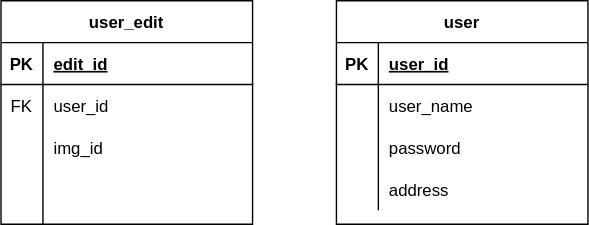
Before: DB_ER/ER.drawio.svg, a diagram exported from draw.io (DEJIBUMI-Development-team/HEW_IH12_5). Source tidied: cells renumbered, new cells last; positions are measured from the earlier drawing's top-left corner, leaving out a move shared by most shapes. Source of this version:
```xml
<mxGraphModel>
  <root>
    <mxCell id="0" />
    <mxCell id="1" parent="0" />
    <mxCell id="2" value="user_edit" style="shape=table;startSize=30;rowLines=0;fontStyle=1;align=center;" parent="1" vertex="1">
      <mxGeometry width="180" height="160" as="geometry" />
    </mxCell>
    <mxCell id="3" style="shape=partialRectangle;fillColor=none;top=0;left=0;bottom=1;right=0;" parent="2" vertex="1">
      <mxGeometry y="30" width="180" height="30" as="geometry" />
    </mxCell>
    <mxCell id="4" value="PK" style="shape=partialRectangle;fillColor=none;top=0;left=0;bottom=0;right=0;fontStyle=1;overflow=hidden;" parent="3" vertex="1">
      <mxGeometry width="30" height="30" as="geometry" />
    </mxCell>
    <mxCell id="5" value="edit_id" style="shape=partialRectangle;fillColor=none;top=0;left=0;bottom=0;right=0;align=left;spacingLeft=6;fontStyle=5;overflow=hidden;" parent="3" vertex="1">
      <mxGeometry x="30" width="150" height="30" as="geometry" />
    </mxCell>
    <mxCell id="6" style="shape=partialRectangle;fillColor=none;top=0;left=0;bottom=0;right=0;" parent="2" vertex="1">
      <mxGeometry y="60" width="180" height="30" as="geometry" />
    </mxCell>
    <mxCell id="7" value="FK" style="shape=partialRectangle;fillColor=none;top=0;left=0;bottom=0;right=0;overflow=hidden;" parent="6" vertex="1">
      <mxGeometry width="30" height="30" as="geometry" />
    </mxCell>
    <mxCell id="8" value="user_id" style="shape=partialRectangle;fillColor=none;top=0;left=0;bottom=0;right=0;align=left;spacingLeft=6;overflow=hidden;" parent="6" vertex="1">
      <mxGeometry x="30" width="150" height="30" as="geometry" />
    </mxCell>
    <mxCell id="9" style="shape=partialRectangle;fillColor=none;top=0;left=0;bottom=0;right=0;" parent="2" vertex="1">
      <mxGeometry y="90" width="180" height="30" as="geometry" />
    </mxCell>
    <mxCell id="10" style="shape=partialRectangle;fillColor=none;top=0;left=0;bottom=0;right=0;overflow=hidden;" parent="9" vertex="1">
      <mxGeometry width="30" height="30" as="geometry" />
    </mxCell>
    <mxCell id="11" value="img_id" style="shape=partialRectangle;fillColor=none;top=0;left=0;bottom=0;right=0;align=left;spacingLeft=6;overflow=hidden;" parent="9" vertex="1">
      <mxGeometry x="30" width="150" height="30" as="geometry" />
    </mxCell>
    <mxCell id="12" style="shape=partialRectangle;fillColor=none;top=0;left=0;bottom=0;right=0;" parent="2" vertex="1">
      <mxGeometry y="120" width="180" height="40" as="geometry" />
    </mxCell>
    <mxCell id="13" style="shape=partialRectangle;fillColor=none;top=0;left=0;bottom=0;right=0;overflow=hidden;" parent="12" vertex="1">
      <mxGeometry width="30" height="40" as="geometry" />
    </mxCell>
    <mxCell id="14" style="shape=partialRectangle;fillColor=none;top=0;left=0;bottom=0;right=0;align=left;spacingLeft=6;overflow=hidden;" parent="12" vertex="1">
      <mxGeometry x="30" width="150" height="40" as="geometry" />
    </mxCell>
    <mxCell id="15" value="user" style="shape=table;startSize=30;rowLines=0;fontStyle=1;align=center;" parent="1" vertex="1">
      <mxGeometry x="240" width="180" height="160" as="geometry" />
    </mxCell>
    <mxCell id="16" style="shape=partialRectangle;fillColor=none;top=0;left=0;bottom=1;right=0;" parent="15" vertex="1">
      <mxGeometry y="30" width="180" height="30" as="geometry" />
    </mxCell>
    <mxCell id="17" value="PK" style="shape=partialRectangle;fillColor=none;top=0;left=0;bottom=0;right=0;fontStyle=1;overflow=hidden;" parent="16" vertex="1">
      <mxGeometry width="30" height="30" as="geometry" />
    </mxCell>
    <mxCell id="18" value="user_id" style="shape=partialRectangle;fillColor=none;top=0;left=0;bottom=0;right=0;align=left;spacingLeft=6;fontStyle=5;overflow=hidden;" parent="16" vertex="1">
      <mxGeometry x="30" width="150" height="30" as="geometry" />
    </mxCell>
    <mxCell id="19" style="shape=partialRectangle;fillColor=none;top=0;left=0;bottom=0;right=0;" parent="15" vertex="1">
      <mxGeometry y="60" width="180" height="30" as="geometry" />
    </mxCell>
    <mxCell id="20" style="shape=partialRectangle;fillColor=none;top=0;left=0;bottom=0;right=0;overflow=hidden;" parent="19" vertex="1">
      <mxGeometry width="30" height="30" as="geometry" />
    </mxCell>
    <mxCell id="21" value="user_name" style="shape=partialRectangle;fillColor=none;top=0;left=0;bottom=0;right=0;align=left;spacingLeft=6;overflow=hidden;" parent="19" vertex="1">
      <mxGeometry x="30" width="150" height="30" as="geometry" />
    </mxCell>
    <mxCell id="22" style="shape=partialRectangle;fillColor=none;top=0;left=0;bottom=0;right=0;" parent="15" vertex="1">
      <mxGeometry y="90" width="180" height="30" as="geometry" />
    </mxCell>
    <mxCell id="23" style="shape=partialRectangle;fillColor=none;top=0;left=0;bottom=0;right=0;overflow=hidden;" parent="22" vertex="1">
      <mxGeometry width="30" height="30" as="geometry" />
    </mxCell>
    <mxCell id="24" value="password" style="shape=partialRectangle;fillColor=none;top=0;left=0;bottom=0;right=0;align=left;spacingLeft=6;overflow=hidden;" parent="22" vertex="1">
      <mxGeometry x="30" width="150" height="30" as="geometry" />
    </mxCell>
    <mxCell id="25" style="shape=partialRectangle;fillColor=none;top=0;left=0;bottom=0;right=0;" parent="15" vertex="1">
      <mxGeometry y="120" width="180" height="30" as="geometry" />
    </mxCell>
    <mxCell id="26" style="shape=partialRectangle;fillColor=none;top=0;left=0;bottom=0;right=0;overflow=hidden;" parent="25" vertex="1">
      <mxGeometry width="30" height="30" as="geometry" />
    </mxCell>
    <mxCell id="27" value="address" style="shape=partialRectangle;fillColor=none;top=0;left=0;bottom=0;right=0;align=left;spacingLeft=6;overflow=hidden;" parent="25" vertex="1">
      <mxGeometry x="30" width="150" height="30" as="geometry" />
    </mxCell>
  </root>
</mxGraphModel>
```
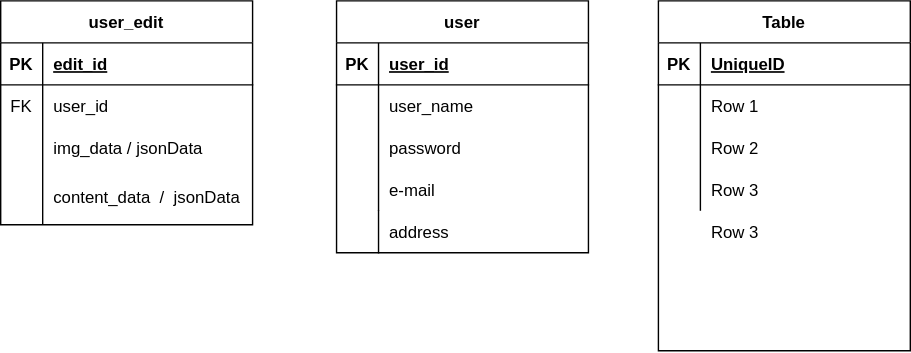
Above is the later version.

What changed in the source:
```diff
@@ -29,7 +29,7 @@
     <mxCell id="10" style="shape=partialRectangle;fillColor=none;top=0;left=0;bottom=0;right=0;overflow=hidden;" parent="9" vertex="1">
       <mxGeometry width="30" height="30" as="geometry" />
     </mxCell>
-    <mxCell id="11" value="img_id" style="shape=partialRectangle;fillColor=none;top=0;left=0;bottom=0;right=0;align=left;spacingLeft=6;overflow=hidden;" parent="9" vertex="1">
+    <mxCell id="11" value="img_data / jsonData" style="shape=partialRectangle;fillColor=none;top=0;left=0;bottom=0;right=0;align=left;spacingLeft=6;overflow=hidden;" parent="9" vertex="1">
       <mxGeometry x="30" width="150" height="30" as="geometry" />
     </mxCell>
     <mxCell id="12" style="shape=partialRectangle;fillColor=none;top=0;left=0;bottom=0;right=0;" parent="2" vertex="1">
@@ -38,11 +38,11 @@
     <mxCell id="13" style="shape=partialRectangle;fillColor=none;top=0;left=0;bottom=0;right=0;overflow=hidden;" parent="12" vertex="1">
       <mxGeometry width="30" height="40" as="geometry" />
     </mxCell>
-    <mxCell id="14" style="shape=partialRectangle;fillColor=none;top=0;left=0;bottom=0;right=0;align=left;spacingLeft=6;overflow=hidden;" parent="12" vertex="1">
+    <mxCell id="14" value="content_data  /  jsonData" style="shape=partialRectangle;fillColor=none;top=0;left=0;bottom=0;right=0;align=left;spacingLeft=6;overflow=hidden;" parent="12" vertex="1">
       <mxGeometry x="30" width="150" height="40" as="geometry" />
     </mxCell>
     <mxCell id="15" value="user" style="shape=table;startSize=30;rowLines=0;fontStyle=1;align=center;" parent="1" vertex="1">
-      <mxGeometry x="240" width="180" height="160" as="geometry" />
+      <mxGeometry x="240" width="180" height="180" as="geometry" />
     </mxCell>
     <mxCell id="16" style="shape=partialRectangle;fillColor=none;top=0;left=0;bottom=1;right=0;" parent="15" vertex="1">
       <mxGeometry y="30" width="180" height="30" as="geometry" />
@@ -77,8 +77,59 @@
     <mxCell id="26" style="shape=partialRectangle;fillColor=none;top=0;left=0;bottom=0;right=0;overflow=hidden;" parent="25" vertex="1">
       <mxGeometry width="30" height="30" as="geometry" />
     </mxCell>
-    <mxCell id="27" value="address" style="shape=partialRectangle;fillColor=none;top=0;left=0;bottom=0;right=0;align=left;spacingLeft=6;overflow=hidden;" parent="25" vertex="1">
+    <mxCell id="27" value="e-mail" style="shape=partialRectangle;fillColor=none;top=0;left=0;bottom=0;right=0;align=left;spacingLeft=6;overflow=hidden;" parent="25" vertex="1">
       <mxGeometry x="30" width="150" height="30" as="geometry" />
     </mxCell>
+    <mxCell id="28" value="Table" style="shape=table;startSize=30;rowLines=0;fontStyle=1;align=center;" parent="1" vertex="1">
+      <mxGeometry x="470" width="180" height="250" as="geometry" />
+    </mxCell>
+    <mxCell id="29" style="shape=partialRectangle;fillColor=none;top=0;left=0;bottom=1;right=0;" parent="28" vertex="1">
+      <mxGeometry y="30" width="180" height="30" as="geometry" />
+    </mxCell>
+    <mxCell id="30" value="PK" style="shape=partialRectangle;fillColor=none;top=0;left=0;bottom=0;right=0;fontStyle=1;overflow=hidden;" parent="29" vertex="1">
+      <mxGeometry width="30" height="30" as="geometry" />
+    </mxCell>
+    <mxCell id="31" value="UniqueID" style="shape=partialRectangle;fillColor=none;top=0;left=0;bottom=0;right=0;align=left;spacingLeft=6;fontStyle=5;overflow=hidden;" parent="29" vertex="1">
+      <mxGeometry x="30" width="150" height="30" as="geometry" />
+    </mxCell>
+    <mxCell id="32" style="shape=partialRectangle;fillColor=none;top=0;left=0;bottom=0;right=0;" parent="28" vertex="1">
+      <mxGeometry y="60" width="180" height="30" as="geometry" />
+    </mxCell>
+    <mxCell id="33" style="shape=partialRectangle;fillColor=none;top=0;left=0;bottom=0;right=0;overflow=hidden;" parent="32" vertex="1">
+      <mxGeometry width="30" height="30" as="geometry" />
+    </mxCell>
+    <mxCell id="34" value="Row 1" style="shape=partialRectangle;fillColor=none;top=0;left=0;bottom=0;right=0;align=left;spacingLeft=6;overflow=hidden;" parent="32" vertex="1">
+      <mxGeometry x="30" width="150" height="30" as="geometry" />
+    </mxCell>
+    <mxCell id="35" style="shape=partialRectangle;fillColor=none;top=0;left=0;bottom=0;right=0;" parent="28" vertex="1">
+      <mxGeometry y="90" width="180" height="30" as="geometry" />
+    </mxCell>
+    <mxCell id="36" style="shape=partialRectangle;fillColor=none;top=0;left=0;bottom=0;right=0;overflow=hidden;" parent="35" vertex="1">
+      <mxGeometry width="30" height="30" as="geometry" />
+    </mxCell>
+    <mxCell id="37" value="Row 2" style="shape=partialRectangle;fillColor=none;top=0;left=0;bottom=0;right=0;align=left;spacingLeft=6;overflow=hidden;" parent="35" vertex="1">
+      <mxGeometry x="30" width="150" height="30" as="geometry" />
+    </mxCell>
+    <mxCell id="38" style="shape=partialRectangle;fillColor=none;top=0;left=0;bottom=0;right=0;" parent="28" vertex="1">
+      <mxGeometry y="120" width="180" height="30" as="geometry" />
+    </mxCell>
+    <mxCell id="39" style="shape=partialRectangle;fillColor=none;top=0;left=0;bottom=0;right=0;overflow=hidden;" parent="38" vertex="1">
+      <mxGeometry width="30" height="30" as="geometry" />
+    </mxCell>
+    <mxCell id="40" value="Row 3" style="shape=partialRectangle;fillColor=none;top=0;left=0;bottom=0;right=0;align=left;spacingLeft=6;overflow=hidden;" parent="38" vertex="1">
+      <mxGeometry x="30" width="150" height="30" as="geometry" />
+    </mxCell>
+    <mxCell id="41" value="Row 3" style="shape=partialRectangle;fillColor=none;top=0;left=0;bottom=0;right=0;align=left;spacingLeft=6;overflow=hidden;" parent="1" vertex="1">
+      <mxGeometry x="500" y="150" width="150" height="30" as="geometry" />
+    </mxCell>
+    <mxCell id="42" style="shape=partialRectangle;fillColor=none;top=0;left=0;bottom=0;right=0;" parent="1" vertex="1">
+      <mxGeometry x="240" y="150" width="180" height="30" as="geometry" />
+    </mxCell>
+    <mxCell id="43" style="shape=partialRectangle;fillColor=none;top=0;left=0;bottom=0;right=0;overflow=hidden;" parent="42" vertex="1">
+      <mxGeometry width="30" height="30" as="geometry" />
+    </mxCell>
+    <mxCell id="44" value="address" style="shape=partialRectangle;fillColor=none;top=0;left=1;bottom=0;right=0;align=left;spacingLeft=6;overflow=hidden;" parent="42" vertex="1">
+      <mxGeometry x="30" width="150" height="30" as="geometry" />
+    </mxCell>
   </root>
 </mxGraphModel>
```
